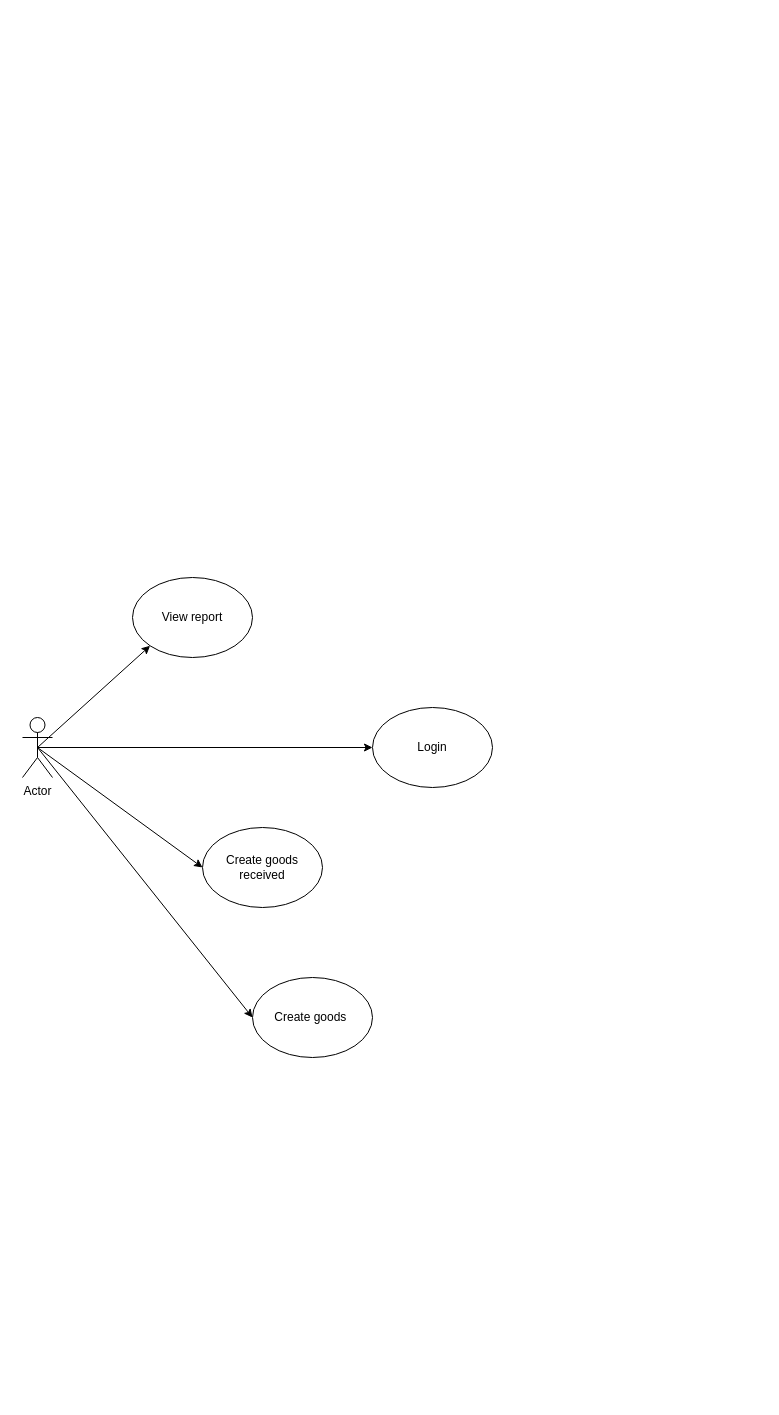
Above: Use case diagram.drawio in npptGithub/software-engineering-finalproject (draw.io), before the change. Source tidied: cells renumbered, new cells numbered last; positions are measured from the earlier drawing's top-left corner, leaving out a move shared by most shapes. Both pictures are drawn from the tidied source at 100%, with x=0, y=0 at pixel (22, 577).
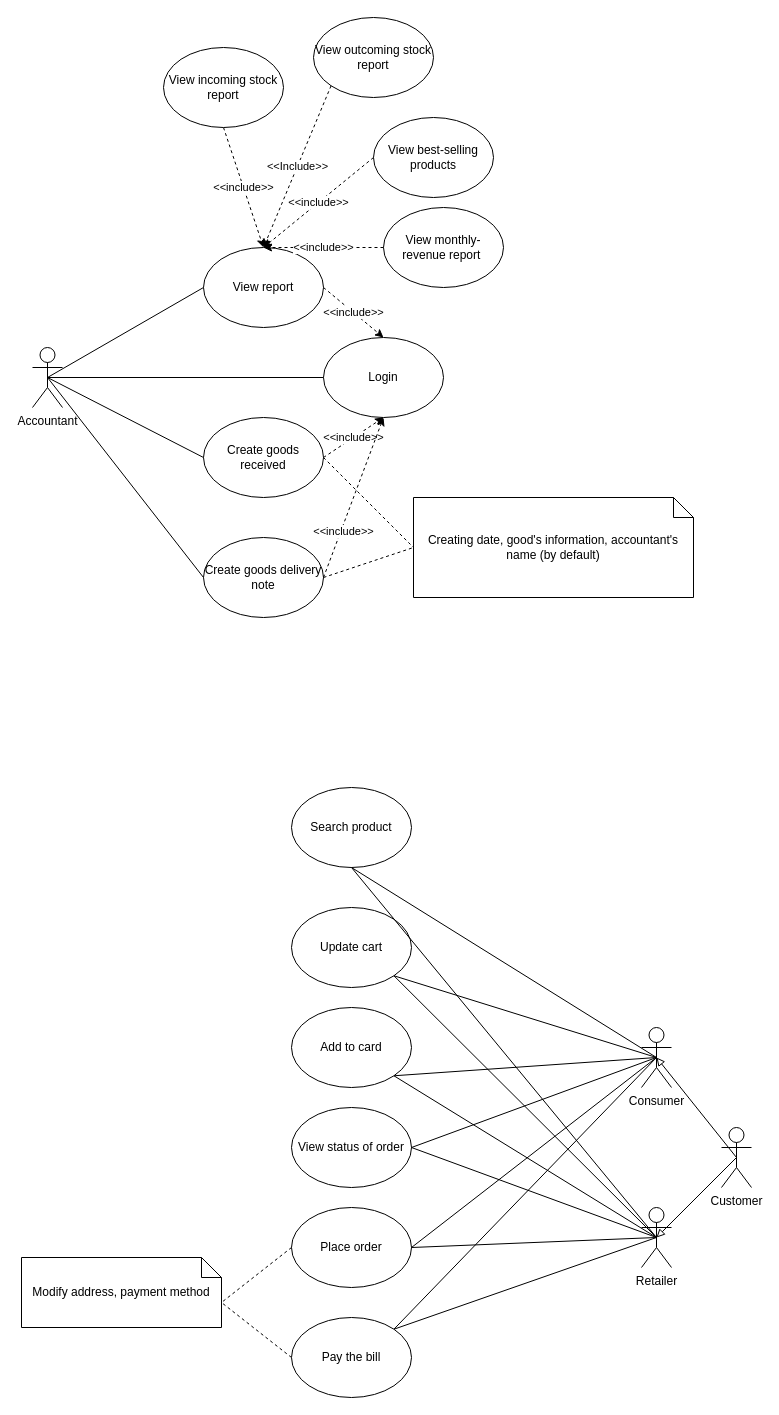
After the change.

Change to the diagram source:
```diff
@@
-    <mxCell id="2" value="Actor" style="shape=umlActor;verticalLabelPosition=bottom;verticalAlign=top;html=1;outlineConnect=0;" parent="1" vertex="1">
-      <mxGeometry y="140" width="30" height="60" as="geometry" />
+    <mxCell id="2" value="Accountant" style="shape=umlActor;verticalLabelPosition=bottom;verticalAlign=top;html=1;outlineConnect=0;" parent="1" vertex="1">
+      <mxGeometry x="10" y="-230" width="30" height="60" as="geometry" />
     </mxCell>
     <mxCell id="3" value="Login" style="ellipse;whiteSpace=wrap;html=1;" parent="1" vertex="1">
-      <mxGeometry x="350" y="130" width="120" height="80" as="geometry" />
+      <mxGeometry x="301" y="-240" width="120" height="80" as="geometry" />
     </mxCell>
     <mxCell id="4" value="View report" style="ellipse;whiteSpace=wrap;html=1;" parent="1" vertex="1">
-      <mxGeometry x="110" width="120" height="80" as="geometry" />
+      <mxGeometry x="181" y="-330" width="120" height="80" as="geometry" />
     </mxCell>
     <mxCell id="5" value="Create goods received" style="ellipse;whiteSpace=wrap;html=1;" parent="1" vertex="1">
-      <mxGeometry x="180" y="250" width="120" height="80" as="geometry" />
+      <mxGeometry x="181" y="-160" width="120" height="80" as="geometry" />
     </mxCell>
-    <mxCell id="6" value="Create goods&amp;nbsp;" style="ellipse;whiteSpace=wrap;html=1;" parent="1" vertex="1">
-      <mxGeometry x="230" y="400" width="120" height="80" as="geometry" />
+    <mxCell id="6" value="Create goods delivery note" style="ellipse;whiteSpace=wrap;html=1;" parent="1" vertex="1">
+      <mxGeometry x="181" y="-40" width="120" height="80" as="geometry" />
     </mxCell>
-    <mxCell id="7" style="endArrow=classic;html=1;rounded=0;exitX=0.5;exitY=0.5;exitDx=0;exitDy=0;exitPerimeter=0;entryX=0;entryY=0.5;entryDx=0;entryDy=0;" parent="1" edge="1" source="2" target="3">
+    <mxCell id="7" style="endArrow=none;html=1;rounded=0;exitX=0.5;exitY=0.5;exitDx=0;exitDy=0;exitPerimeter=0;entryX=0;entryY=0.5;entryDx=0;entryDy=0;endFill=0;" parent="1" edge="1" source="2" target="3">
       <mxGeometry relative="1" as="geometry" />
     </mxCell>
-    <mxCell id="8" style="endArrow=classic;html=1;rounded=0;exitX=0.5;exitY=0.5;exitDx=0;exitDy=0;exitPerimeter=0;entryX=0;entryY=1;entryDx=0;entryDy=0;" parent="1" edge="1" source="2" target="4">
+    <mxCell id="8" style="endArrow=none;html=1;rounded=0;exitX=0.5;exitY=0.5;exitDx=0;exitDy=0;exitPerimeter=0;entryX=0;entryY=0.5;entryDx=0;entryDy=0;endFill=0;" parent="1" edge="1" source="2" target="4">
       <mxGeometry relative="1" as="geometry" />
     </mxCell>
-    <mxCell id="9" style="endArrow=classic;html=1;rounded=0;exitX=0.5;exitY=0.5;exitDx=0;exitDy=0;exitPerimeter=0;entryX=0;entryY=0.5;entryDx=0;entryDy=0;" parent="1" edge="1" source="2" target="5">
+    <mxCell id="9" style="endArrow=none;html=1;rounded=0;exitX=0.5;exitY=0.5;exitDx=0;exitDy=0;exitPerimeter=0;entryX=0;entryY=0.5;entryDx=0;entryDy=0;endFill=0;" parent="1" edge="1" source="2" target="5">
       <mxGeometry relative="1" as="geometry" />
     </mxCell>
-    <mxCell id="10" style="endArrow=classic;html=1;rounded=0;exitX=0.5;exitY=0.5;exitDx=0;exitDy=0;exitPerimeter=0;entryX=0;entryY=0.5;entryDx=0;entryDy=0;" parent="1" edge="1" source="2" target="6">
+    <mxCell id="10" style="endArrow=none;html=1;rounded=0;exitX=0.5;exitY=0.5;exitDx=0;exitDy=0;exitPerimeter=0;entryX=0;entryY=0.5;entryDx=0;entryDy=0;endFill=0;" parent="1" edge="1" source="2" target="6">
       <mxGeometry relative="1" as="geometry" />
     </mxCell>
+    <mxCell id="11" value="&amp;lt;&amp;lt;include&amp;gt;&amp;gt;" style="endArrow=classic;html=1;rounded=0;entryX=0.5;entryY=0;entryDx=0;entryDy=0;exitX=0.5;exitY=1;exitDx=0;exitDy=0;dashed=1;" parent="1" edge="1" source="12" target="4">
+      <mxGeometry relative="1" as="geometry" />
+    </mxCell>
+    <mxCell id="12" value="View incoming stock report" style="ellipse;whiteSpace=wrap;html=1;" parent="1" vertex="1">
+      <mxGeometry x="141" y="-530" width="120" height="80" as="geometry" />
+    </mxCell>
+    <mxCell id="13" value="View outcoming stock report" style="ellipse;whiteSpace=wrap;html=1;" parent="1" vertex="1">
+      <mxGeometry x="291" y="-560" width="120" height="80" as="geometry" />
+    </mxCell>
+    <mxCell id="14" value="&amp;lt;&amp;lt;Include&amp;gt;&amp;gt;" style="endArrow=classic;html=1;rounded=0;entryX=0.5;entryY=0;entryDx=0;entryDy=0;exitX=0;exitY=1;exitDx=0;exitDy=0;dashed=1;" parent="1" edge="1" source="13" target="4">
+      <mxGeometry relative="1" as="geometry" />
+    </mxCell>
+    <mxCell id="15" value="View best-selling products" style="ellipse;whiteSpace=wrap;html=1;" parent="1" vertex="1">
+      <mxGeometry x="351" y="-460" width="120" height="80" as="geometry" />
+    </mxCell>
+    <mxCell id="16" value="&amp;lt;&amp;lt;include&amp;gt;&amp;gt;" style="endArrow=classic;html=1;rounded=0;entryX=0.5;entryY=0;entryDx=0;entryDy=0;exitX=0;exitY=0.5;exitDx=0;exitDy=0;dashed=1;" parent="1" edge="1" source="15" target="4">
+      <mxGeometry relative="1" as="geometry" />
+    </mxCell>
+    <mxCell id="17" value="View monthly-revenue report&amp;nbsp;" style="ellipse;whiteSpace=wrap;html=1;" parent="1" vertex="1">
+      <mxGeometry x="361" y="-370" width="120" height="80" as="geometry" />
+    </mxCell>
+    <mxCell id="18" value="&amp;lt;&amp;lt;include&amp;gt;&amp;gt;" style="endArrow=classic;html=1;rounded=0;entryX=0.5;entryY=0;entryDx=0;entryDy=0;exitX=0;exitY=0.5;exitDx=0;exitDy=0;dashed=1;" parent="1" edge="1" source="17" target="4">
+      <mxGeometry relative="1" as="geometry" />
+    </mxCell>
+    <mxCell id="19" value="&amp;lt;&amp;lt;include&amp;gt;&amp;gt;" style="endArrow=classic;html=1;rounded=0;exitX=1;exitY=0.5;exitDx=0;exitDy=0;entryX=0.5;entryY=0;entryDx=0;entryDy=0;dashed=1;" parent="1" edge="1" source="4" target="3">
+      <mxGeometry relative="1" as="geometry" />
+    </mxCell>
+    <mxCell id="20" value="&amp;lt;&amp;lt;include&amp;gt;&amp;gt;" style="endArrow=classic;html=1;rounded=0;entryX=0.5;entryY=1;entryDx=0;entryDy=0;exitX=1;exitY=0.5;exitDx=0;exitDy=0;dashed=1;" parent="1" edge="1" source="5" target="3">
+      <mxGeometry relative="1" as="geometry" />
+    </mxCell>
+    <mxCell id="21" value="&amp;lt;&amp;lt;include&amp;gt;&amp;gt;" style="endArrow=classic;html=1;rounded=0;entryX=0.5;entryY=1;entryDx=0;entryDy=0;exitX=1;exitY=0.5;exitDx=0;exitDy=0;dashed=1;" parent="1" edge="1" source="6" target="3">
+      <mxGeometry x="-0.4" y="-2" relative="1" as="geometry">
+        <mxPoint y="1" as="offset" />
+      </mxGeometry>
+    </mxCell>
+    <mxCell id="22" value="Retailer" style="shape=umlActor;verticalLabelPosition=bottom;verticalAlign=top;html=1;outlineConnect=0;" parent="1" vertex="1">
+      <mxGeometry x="619" y="630" width="30" height="60" as="geometry" />
+    </mxCell>
+    <mxCell id="23" value="Consumer" style="shape=umlActor;verticalLabelPosition=bottom;verticalAlign=top;html=1;outlineConnect=0;" parent="1" vertex="1">
+      <mxGeometry x="619" y="450" width="30" height="60" as="geometry" />
+    </mxCell>
+    <mxCell id="24" style="endArrow=none;html=1;rounded=0;entryX=1;entryY=1;entryDx=0;entryDy=0;exitX=0.5;exitY=0.5;exitDx=0;exitDy=0;exitPerimeter=0;endFill=0;" parent="1" edge="1" source="23" target="25">
+      <mxGeometry relative="1" as="geometry" />
+    </mxCell>
+    <mxCell id="25" value="Add to card" style="ellipse;whiteSpace=wrap;html=1;" parent="1" vertex="1">
+      <mxGeometry x="269" y="430" width="120" height="80" as="geometry" />
+    </mxCell>
+    <mxCell id="26" value="Search product" style="ellipse;whiteSpace=wrap;html=1;" parent="1" vertex="1">
+      <mxGeometry x="269" y="210" width="120" height="80" as="geometry" />
+    </mxCell>
+    <mxCell id="27" value="Place order" style="ellipse;whiteSpace=wrap;html=1;" parent="1" vertex="1">
+      <mxGeometry x="269" y="630" width="120" height="80" as="geometry" />
+    </mxCell>
+    <mxCell id="28" value="Update cart" style="ellipse;whiteSpace=wrap;html=1;" parent="1" vertex="1">
+      <mxGeometry x="269" y="330" width="120" height="80" as="geometry" />
+    </mxCell>
+    <mxCell id="29" style="endArrow=none;html=1;rounded=0;entryX=1;entryY=0;entryDx=0;entryDy=0;exitX=0.5;exitY=0.5;exitDx=0;exitDy=0;exitPerimeter=0;endFill=0;" parent="1" edge="1" source="23" target="48">
+      <mxGeometry relative="1" as="geometry" />
+    </mxCell>
+    <mxCell id="30" style="endArrow=none;html=1;rounded=0;entryX=1;entryY=1;entryDx=0;entryDy=0;exitX=0.5;exitY=0.5;exitDx=0;exitDy=0;exitPerimeter=0;endFill=0;" parent="1" edge="1" source="23" target="28">
+      <mxGeometry relative="1" as="geometry" />
+    </mxCell>
+    <mxCell id="31" style="endArrow=none;html=1;rounded=0;entryX=1;entryY=0.5;entryDx=0;entryDy=0;exitX=0.5;exitY=0.5;exitDx=0;exitDy=0;exitPerimeter=0;endFill=0;" parent="1" edge="1" source="23" target="27">
+      <mxGeometry relative="1" as="geometry" />
+    </mxCell>
+    <mxCell id="32" style="endArrow=none;html=1;rounded=0;entryX=0.5;entryY=1;entryDx=0;entryDy=0;exitX=0.5;exitY=0.5;exitDx=0;exitDy=0;exitPerimeter=0;endFill=0;" parent="1" edge="1" source="23" target="26">
+      <mxGeometry relative="1" as="geometry" />
+    </mxCell>
+    <mxCell id="33" value="View status of order" style="ellipse;whiteSpace=wrap;html=1;" parent="1" vertex="1">
+      <mxGeometry x="269" y="530" width="120" height="80" as="geometry" />
+    </mxCell>
+    <mxCell id="34" style="endArrow=none;html=1;rounded=0;exitX=0.5;exitY=0.5;exitDx=0;exitDy=0;exitPerimeter=0;entryX=1;entryY=0.5;entryDx=0;entryDy=0;endFill=0;" parent="1" edge="1" source="23" target="33">
+      <mxGeometry relative="1" as="geometry" />
+    </mxCell>
+    <mxCell id="35" value="Customer" style="shape=umlActor;verticalLabelPosition=bottom;verticalAlign=top;html=1;outlineConnect=0;" parent="1" vertex="1">
+      <mxGeometry x="699" y="550" width="30" height="60" as="geometry" />
+    </mxCell>
+    <mxCell id="36" style="endArrow=none;html=1;rounded=0;entryX=1;entryY=0.5;entryDx=0;entryDy=0;exitX=0.5;exitY=0.5;exitDx=0;exitDy=0;exitPerimeter=0;endFill=0;" parent="1" edge="1" source="22" target="27">
+      <mxGeometry relative="1" as="geometry" />
+    </mxCell>
+    <mxCell id="37" style="endArrow=none;html=1;rounded=0;entryX=0.5;entryY=1;entryDx=0;entryDy=0;exitX=0.5;exitY=0.5;exitDx=0;exitDy=0;exitPerimeter=0;endFill=0;" parent="1" edge="1" source="22" target="26">
+      <mxGeometry relative="1" as="geometry" />
+    </mxCell>
+    <mxCell id="38" style="endArrow=none;html=1;rounded=0;entryX=1;entryY=1;entryDx=0;entryDy=0;exitX=0.5;exitY=0.5;exitDx=0;exitDy=0;exitPerimeter=0;endFill=0;" parent="1" edge="1" source="22" target="28">
+      <mxGeometry relative="1" as="geometry" />
+    </mxCell>
+    <mxCell id="39" style="endArrow=none;html=1;rounded=0;entryX=1;entryY=1;entryDx=0;entryDy=0;exitX=0.5;exitY=0.5;exitDx=0;exitDy=0;exitPerimeter=0;endFill=0;" parent="1" edge="1" source="22" target="25">
+      <mxGeometry relative="1" as="geometry" />
+    </mxCell>
+    <mxCell id="40" style="endArrow=none;html=1;rounded=0;entryX=1;entryY=0.5;entryDx=0;entryDy=0;exitX=0.5;exitY=0.5;exitDx=0;exitDy=0;exitPerimeter=0;endFill=0;" parent="1" edge="1" source="22" target="33">
+      <mxGeometry relative="1" as="geometry" />
+    </mxCell>
+    <mxCell id="41" style="endArrow=none;html=1;rounded=0;entryX=1;entryY=0;entryDx=0;entryDy=0;exitX=0.5;exitY=0.5;exitDx=0;exitDy=0;exitPerimeter=0;endFill=0;" parent="1" edge="1" source="22" target="48">
+      <mxGeometry relative="1" as="geometry" />
+    </mxCell>
+    <mxCell id="42" style="endArrow=block;html=1;rounded=0;exitX=0.5;exitY=0.5;exitDx=0;exitDy=0;exitPerimeter=0;entryX=0.5;entryY=0.5;entryDx=0;entryDy=0;entryPerimeter=0;endFill=0;" parent="1" edge="1" source="35" target="23">
+      <mxGeometry relative="1" as="geometry" />
+    </mxCell>
+    <mxCell id="43" style="endArrow=block;html=1;rounded=0;entryX=0.5;entryY=0.5;entryDx=0;entryDy=0;entryPerimeter=0;exitX=0.5;exitY=0.5;exitDx=0;exitDy=0;exitPerimeter=0;endFill=0;" parent="1" edge="1" source="35" target="22">
+      <mxGeometry relative="1" as="geometry" />
+    </mxCell>
+    <mxCell id="44" value="Creating date, good's information, accountant's name (by default)" style="shape=note;size=20;whiteSpace=wrap;html=1;" parent="1" vertex="1">
+      <mxGeometry x="391" y="-80" width="280" height="100" as="geometry" />
+    </mxCell>
+    <mxCell id="45" value="Modify address, payment method" style="shape=note;size=20;whiteSpace=wrap;html=1;" parent="1" vertex="1">
+      <mxGeometry x="-1" y="680" width="200" height="70" as="geometry" />
+    </mxCell>
+    <mxCell id="46" style="endArrow=none;html=1;rounded=0;entryX=0;entryY=0;entryDx=200;entryDy=45;entryPerimeter=0;exitX=0;exitY=0.5;exitDx=0;exitDy=0;dashed=1;startArrow=none;" parent="1" edge="1" source="48" target="45">
+      <mxGeometry relative="1" as="geometry" />
+    </mxCell>
+    <mxCell id="47" style="endArrow=none;html=1;rounded=0;entryX=0;entryY=0;entryDx=200;entryDy=45;entryPerimeter=0;exitX=0;exitY=0.5;exitDx=0;exitDy=0;dashed=1;" parent="1" edge="1" source="27" target="45">
+      <mxGeometry relative="1" as="geometry" />
+    </mxCell>
+    <mxCell id="48" value="Pay the bill" style="ellipse;whiteSpace=wrap;html=1;" parent="1" vertex="1">
+      <mxGeometry x="269" y="740" width="120" height="80" as="geometry" />
+    </mxCell>
+    <mxCell id="49" style="endArrow=none;html=1;rounded=0;dashed=1;exitX=1;exitY=0.5;exitDx=0;exitDy=0;entryX=0;entryY=0.5;entryDx=0;entryDy=0;entryPerimeter=0;" parent="1" edge="1" source="5" target="44">
+      <mxGeometry relative="1" as="geometry" />
+    </mxCell>
+    <mxCell id="50" style="endArrow=none;html=1;rounded=0;dashed=1;exitX=1;exitY=0.5;exitDx=0;exitDy=0;entryX=0;entryY=0.5;entryDx=0;entryDy=0;entryPerimeter=0;" parent="1" edge="1" source="6" target="44">
+      <mxGeometry relative="1" as="geometry" />
+    </mxCell>
```
